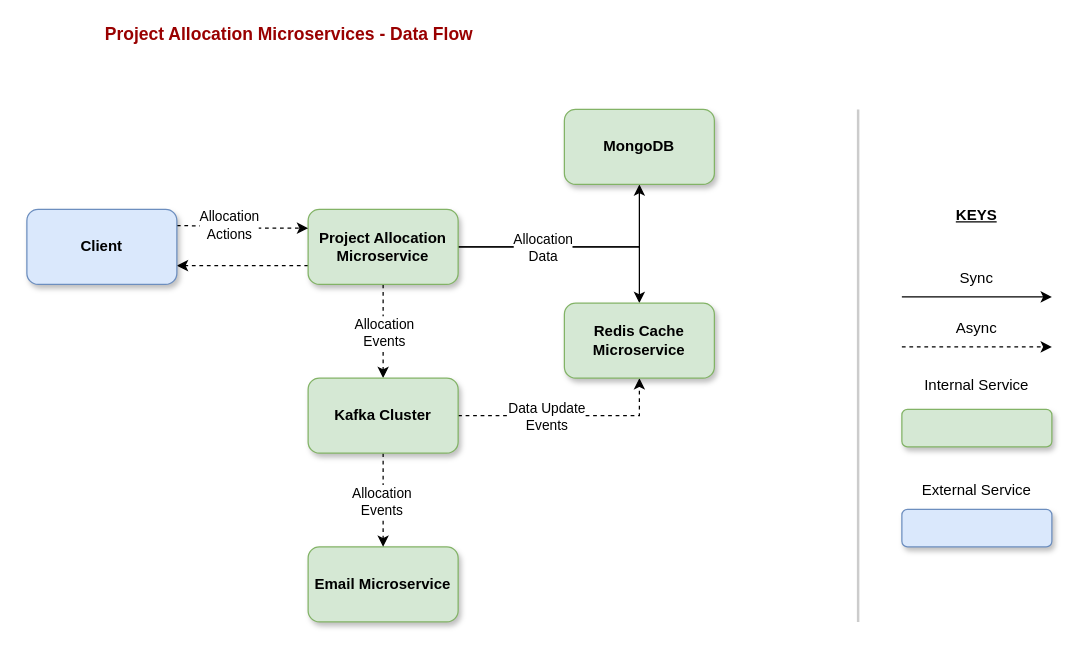
The draw.io diagram design/design.drawio in anbunidhi/projalloc, before the edit. Source tidied: cells renumbered, new cells numbered last; positions are measured from the earlier drawing's top-left corner, leaving out a move shared by most shapes. Both pictures are drawn from the tidied source at 125%, with x=0, y=0 at pixel (26, 21).
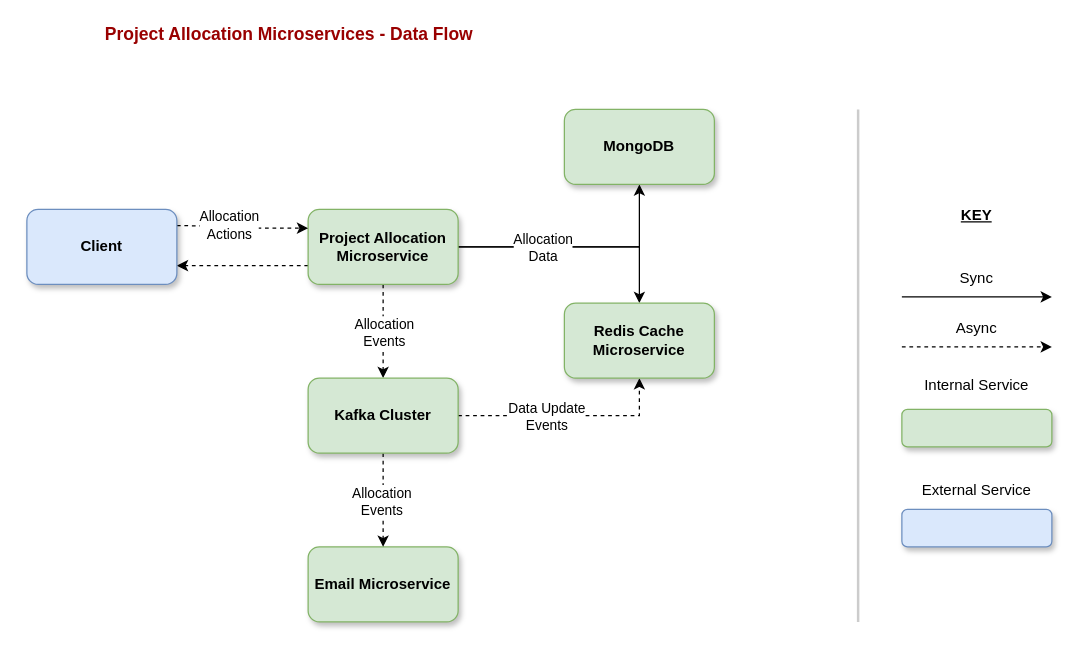
The same page after the edit.

Diff of the diagram source:
```diff
@@
-    <mxCell id="7" value="KEYS" style="text;html=1;align=center;verticalAlign=middle;whiteSpace=wrap;rounded=0;fontStyle=5;" parent="1" vertex="1">
+    <mxCell id="7" value="KEY" style="text;html=1;align=center;verticalAlign=middle;whiteSpace=wrap;rounded=0;fontStyle=5;" parent="1" vertex="1">
       <mxGeometry x="730" y="140" width="60" height="30" as="geometry" />
     </mxCell>
```
